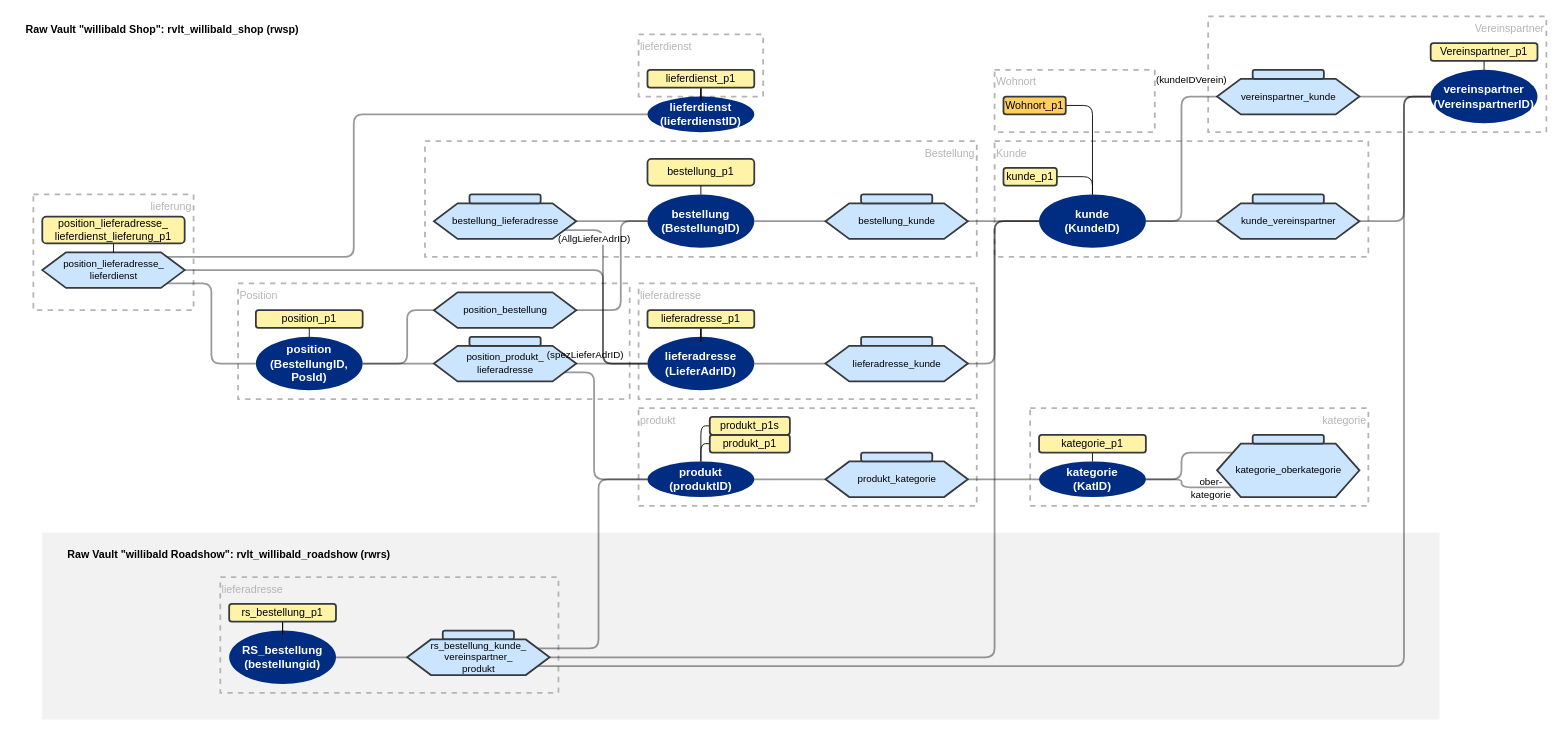
cimt-ag/data_vault_pipelinedescription keeps this draw.io diagram as documentation/images/ddvug_willibald_model.drawio. Above is the earlier version. Source tidied: cells renumbered, new cells numbered last; positions are measured from the earlier drawing's top-left corner, leaving out a move shared by most shapes. Both pictures are drawn from the tidied source at 89%, with x=0, y=0 at pixel (15, 16).
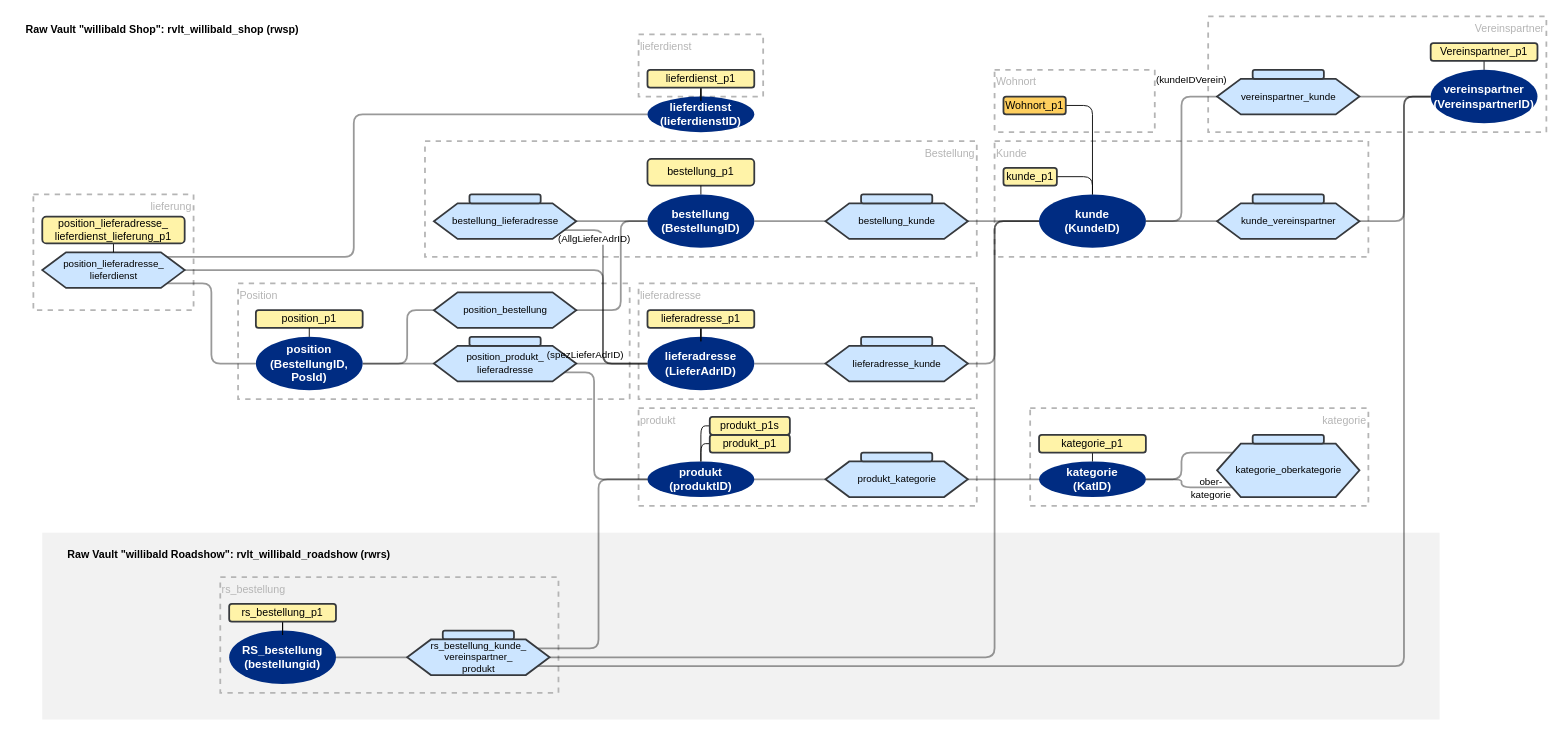
After the change.

Commit message:
Anpassung Willibald Modell. Abschluss des großen Merge. Test state:253 = success 241 (XH7RFI6P)+ fail 1 (QKTJQFK3)+ no ref 9 (XRJJQYKX)+ incorrect 2 (MBK6QK5L)

Diff of the diagram source:
```diff
@@
-    <mxCell id="15" value="lieferadresse" style="rounded=0;whiteSpace=wrap;html=1;strokeWidth=2;dashed=1;strokeColor=#B5B5B5;fillColor=none;verticalAlign=top;align=left;fontColor=#B5B5B5;" parent="1" vertex="1">
+    <mxCell id="15" value="rs_bestellung" style="rounded=0;whiteSpace=wrap;html=1;strokeWidth=2;dashed=1;strokeColor=#B5B5B5;fillColor=none;verticalAlign=top;align=left;fontColor=#B5B5B5;" parent="1" vertex="1">
       <mxGeometry x="230" y="630" width="380" height="130" as="geometry" />
     </mxCell>
```
